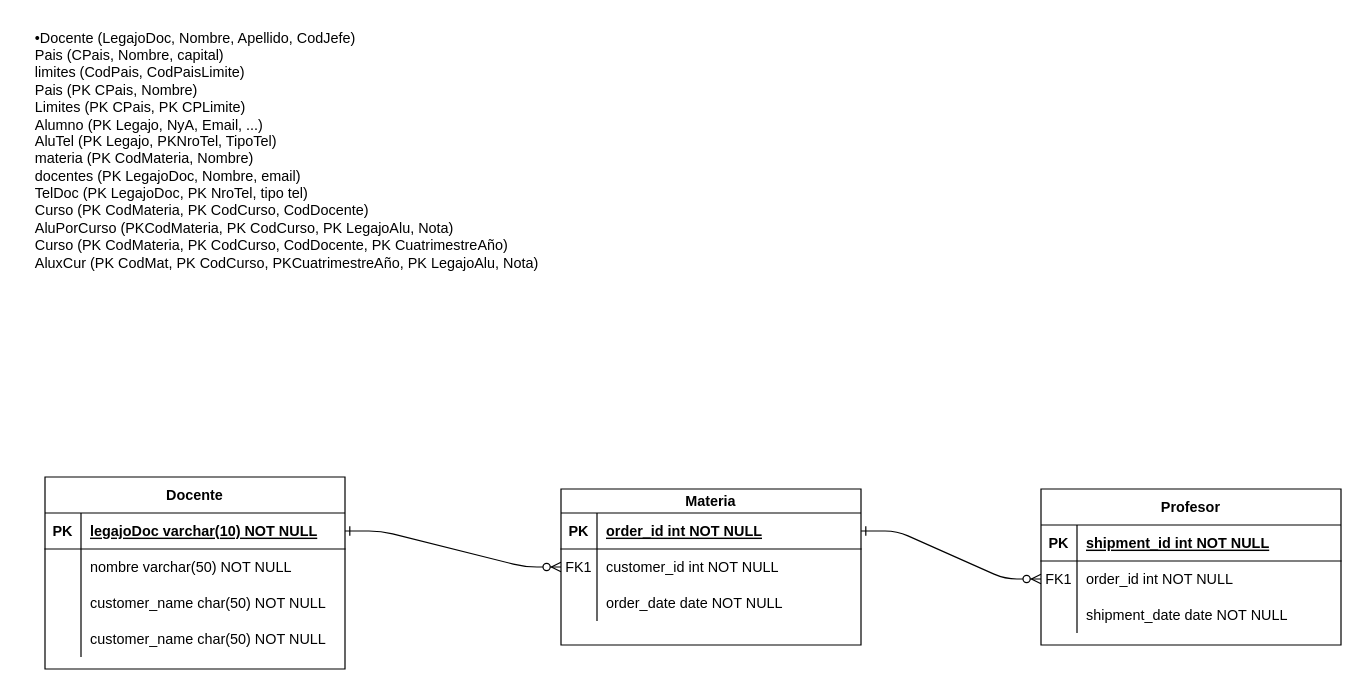
Above: Diagrama sin título.drawio in phoenix1179/BD (draw.io), before the change. Source tidied: cells renumbered, new cells numbered last; positions are measured from the earlier drawing's top-left corner, leaving out a move shared by most shapes. Both pictures are drawn from the tidied source at 120%, with x=0, y=0 at pixel (32, 20).
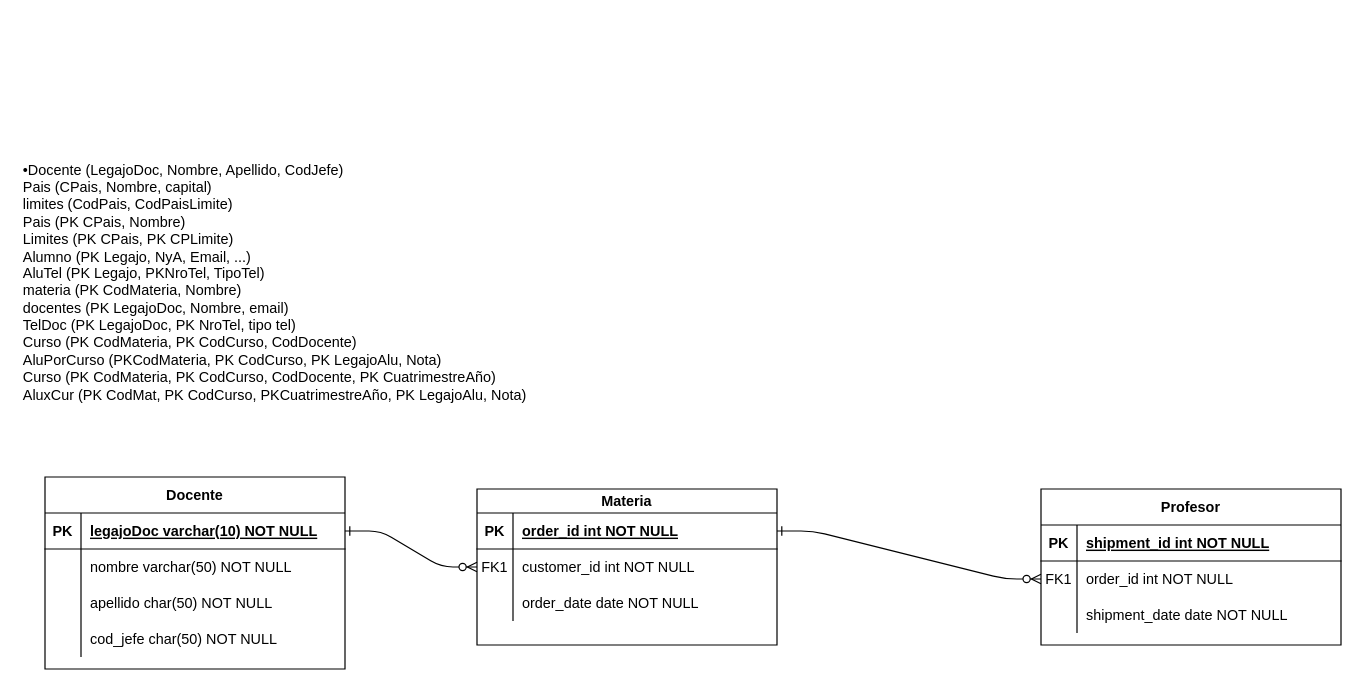
After the change.

The change refers to these unchanged cells:
```xml
<mxCell id="31" style="shape=partialRectangle;fillColor=none;top=0;left=0;right=0;bottom=0;" parent="24" vertex="1">
  <mxGeometry y="90" width="250" height="30" as="geometry" />
</mxCell>
<mxCell id="34" style="shape=partialRectangle;fillColor=none;top=0;left=0;right=0;bottom=0;" parent="24" vertex="1">
  <mxGeometry y="120" width="250" height="30" as="geometry" />
</mxCell>
```

Change to the diagram source:
```diff
@@
     <mxCell id="4" value="Materia" style="shape=table;startSize=20;childLayout=tableLayout;rowLines=0;fontStyle=1;align=center;" parent="1" vertex="1">
-      <mxGeometry x="440" y="390" width="250" height="130" as="geometry" />
+      <mxGeometry x="370" y="390" width="250" height="130" as="geometry" />
     </mxCell>
@@
-    <mxCell id="33" value="customer_name char(50) NOT NULL" style="shape=partialRectangle;overflow=hidden;fillColor=none;top=0;left=0;bottom=0;right=0;align=left;spacingLeft=6;" parent="31" vertex="1">
+    <mxCell id="33" value="apellido char(50) NOT NULL" style="shape=partialRectangle;overflow=hidden;fillColor=none;top=0;left=0;bottom=0;right=0;align=left;spacingLeft=6;" parent="31" vertex="1">
       <mxGeometry x="30" width="220" height="30" as="geometry" />
     </mxCell>
@@
-    <mxCell id="36" value="customer_name char(50) NOT NULL" style="shape=partialRectangle;overflow=hidden;fillColor=none;top=0;left=0;bottom=0;right=0;align=left;spacingLeft=6;" parent="34" vertex="1">
+    <mxCell id="36" value="cod_jefe char(50) NOT NULL" style="shape=partialRectangle;overflow=hidden;fillColor=none;top=0;left=0;bottom=0;right=0;align=left;spacingLeft=6;" parent="34" vertex="1">
       <mxGeometry x="30" width="220" height="30" as="geometry" />
     </mxCell>
     <mxCell id="37" value="&lt;div style=&quot;text-align: justify;&quot;&gt;•Docente (LegajoDoc, Nombre, Apellido, CodJefe)&lt;/div&gt;&lt;div style=&quot;text-align: justify;&quot;&gt;Pais (CPais, Nombre, capital)&lt;span style=&quot;white-space: pre; background-color: initial;&quot;&gt;&amp;nbsp;&amp;nbsp;&amp;nbsp;&amp;nbsp;&lt;/span&gt;&lt;/div&gt;&lt;div style=&quot;text-align: justify;&quot;&gt;limites (CodPais, CodPaisLimite)&lt;/div&gt;&lt;div style=&quot;text-align: justify;&quot;&gt;Pais (PK CPais, Nombre)&lt;/div&gt;&lt;div style=&quot;text-align: justify;&quot;&gt;Limites (PK CPais, PK CPLimite)&lt;/div&gt;&lt;div style=&quot;text-align: justify;&quot;&gt;Alumno (PK Legajo, NyA, Email, ...)&lt;span style=&quot;background-color: initial;&quot;&gt;&lt;span style=&quot;white-space: pre;&quot;&gt;&amp;nbsp;&amp;nbsp;&amp;nbsp;&amp;nbsp;&lt;/span&gt;&lt;/span&gt;&lt;span style=&quot;background-color: initial;&quot;&gt;&amp;nbsp;&lt;/span&gt;&lt;/div&gt;&lt;div style=&quot;text-align: justify;&quot;&gt;AluTel (PK Legajo, PKNroTel, TipoTel)&lt;/div&gt;&lt;div style=&quot;text-align: justify;&quot;&gt;materia (PK CodMateria, Nombre)&lt;/div&gt;&lt;div style=&quot;text-align: justify;&quot;&gt;docentes (PK LegajoDoc, Nombre, email)&lt;/div&gt;&lt;div style=&quot;text-align: justify;&quot;&gt;TelDoc (PK LegajoDoc, PK NroTel, tipo tel)&lt;/div&gt;&lt;div style=&quot;text-align: justify;&quot;&gt;Curso (PK CodMateria, PK CodCurso, CodDocente)&lt;/div&gt;&lt;div style=&quot;text-align: justify;&quot;&gt;AluPorCurso (PKCodMateria, PK CodCurso, PK LegajoAlu, Nota)&lt;/div&gt;&lt;div style=&quot;text-align: justify;&quot;&gt;Curso (PK CodMateria, PK CodCurso, CodDocente, PK CuatrimestreAño)&lt;span style=&quot;background-color: initial;&quot;&gt;&lt;span style=&quot;white-space: pre;&quot;&gt;&amp;nbsp;&amp;nbsp;&amp;nbsp;&amp;nbsp;&lt;/span&gt;&lt;/span&gt;&lt;span style=&quot;background-color: initial;&quot;&gt;&amp;nbsp;&lt;/span&gt;&lt;/div&gt;&lt;div style=&quot;text-align: justify;&quot;&gt;AluxCur (PK CodMat, PK CodCurso, PKCuatrimestreAño, PK LegajoAlu, Nota)&lt;span style=&quot;background-color: initial;&quot;&gt;&lt;span style=&quot;white-space: pre;&quot;&gt;&amp;nbsp;&amp;nbsp;&lt;/span&gt;&lt;/span&gt;&lt;span style=&quot;background-color: initial;&quot;&gt;&amp;nbsp;&lt;/span&gt;&lt;/div&gt;&lt;div style=&quot;text-align: justify;&quot;&gt;&lt;br&gt;&lt;/div&gt;" style="text;html=1;align=left;verticalAlign=middle;strokeColor=none;fillColor=none;" parent="1" vertex="1">
-      <mxGeometry width="450" height="230" as="geometry" />
+      <mxGeometry x="-10" y="110" width="450" height="230" as="geometry" />
     </mxCell>
```
